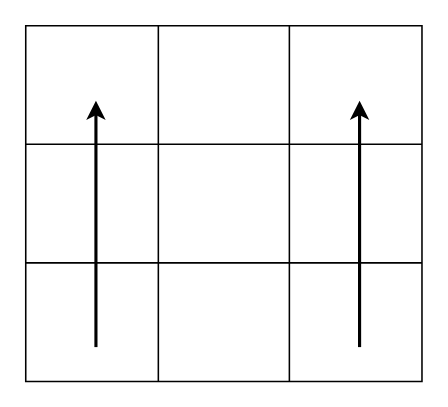
doudou215/regret_q_learning keeps this draw.io diagram as page "Page-9" (9 of 10) of Untitled Diagram.drawio. Above is the earlier version. Source tidied: cells renumbered, new cells numbered last; positions are measured from the earlier drawing's top-left corner, leaving out a move shared by most shapes. Both pictures are drawn from the tidied source at 156%, with x=0, y=0 at pixel (25, 25).
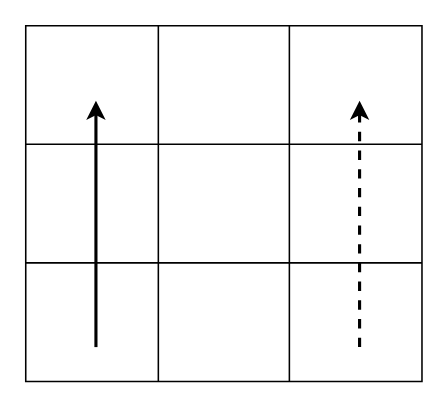
The same diagram, later.

Change to the diagram source:
```diff
@@
 <mxGraphModel>
   <root>
     <mxCell id="0" />
     <mxCell id="1" parent="0" />
     <mxCell id="2" style="shape=table;html=1;whiteSpace=wrap;startSize=0;childLayout=tableLayout;" parent="1" vertex="1">
       <mxGeometry width="254" height="228" as="geometry" />
     </mxCell>
     <mxCell id="3" style="shape=tableRow;horizontal=0;startSize=0;swimlaneHead=0;swimlaneBody=0;top=0;left=0;bottom=0;right=0;fillColor=none;" parent="2" vertex="1">
       <mxGeometry width="254" height="76" as="geometry" />
     </mxCell>
     <mxCell id="4" style="shape=partialRectangle;html=1;whiteSpace=wrap;fillColor=none;top=0;left=0;bottom=0;right=0;overflow=hidden;" parent="3" vertex="1">
       <mxGeometry width="85" height="76" as="geometry" />
     </mxCell>
     <mxCell id="5" style="shape=partialRectangle;html=1;whiteSpace=wrap;fillColor=none;top=0;left=0;bottom=0;right=0;overflow=hidden;" parent="3" vertex="1">
       <mxGeometry x="85" width="84" height="76" as="geometry" />
     </mxCell>
     <mxCell id="6" style="shape=partialRectangle;html=1;whiteSpace=wrap;fillColor=none;top=0;left=0;bottom=0;right=0;overflow=hidden;" parent="3" vertex="1">
       <mxGeometry x="169" width="85" height="76" as="geometry" />
     </mxCell>
     <mxCell id="7" style="shape=tableRow;horizontal=0;startSize=0;swimlaneHead=0;swimlaneBody=0;top=0;left=0;bottom=0;right=0;fillColor=none;" parent="2" vertex="1">
       <mxGeometry y="76" width="254" height="76" as="geometry" />
     </mxCell>
     <mxCell id="8" style="shape=partialRectangle;html=1;whiteSpace=wrap;fillColor=none;top=0;left=0;bottom=0;right=0;overflow=hidden;" parent="7" vertex="1">
       <mxGeometry width="85" height="76" as="geometry" />
     </mxCell>
     <mxCell id="9" style="shape=partialRectangle;html=1;whiteSpace=wrap;fillColor=none;top=0;left=0;bottom=0;right=0;overflow=hidden;" parent="7" vertex="1">
       <mxGeometry x="85" width="84" height="76" as="geometry" />
     </mxCell>
     <mxCell id="10" style="shape=partialRectangle;html=1;whiteSpace=wrap;fillColor=none;top=0;left=0;bottom=0;right=0;overflow=hidden;" parent="7" vertex="1">
       <mxGeometry x="169" width="85" height="76" as="geometry" />
     </mxCell>
     <mxCell id="11" style="shape=tableRow;horizontal=0;startSize=0;swimlaneHead=0;swimlaneBody=0;top=0;left=0;bottom=0;right=0;fillColor=none;" parent="2" vertex="1">
       <mxGeometry y="152" width="254" height="76" as="geometry" />
     </mxCell>
     <mxCell id="12" style="shape=partialRectangle;html=1;whiteSpace=wrap;fillColor=none;top=0;left=0;bottom=0;right=0;overflow=hidden;" parent="11" vertex="1">
       <mxGeometry width="85" height="76" as="geometry" />
     </mxCell>
     <mxCell id="13" style="shape=partialRectangle;html=1;whiteSpace=wrap;fillColor=none;top=0;left=0;bottom=0;right=0;overflow=hidden;" parent="11" vertex="1">
       <mxGeometry x="85" width="84" height="76" as="geometry" />
     </mxCell>
     <mxCell id="14" style="shape=partialRectangle;html=1;whiteSpace=wrap;fillColor=none;top=0;left=0;bottom=0;right=0;overflow=hidden;" parent="11" vertex="1">
       <mxGeometry x="169" width="85" height="76" as="geometry" />
     </mxCell>
     <mxCell id="15" style="endArrow=classic;html=1;rounded=0;strokeWidth=2;" parent="1" edge="1">
       <mxGeometry relative="1" as="geometry">
         <mxPoint x="45" y="206" as="sourcePoint" />
         <mxPoint x="45" y="48" as="targetPoint" />
       </mxGeometry>
     </mxCell>
-    <mxCell id="16" style="endArrow=classic;html=1;rounded=0;strokeWidth=2;" parent="1" edge="1">
+    <mxCell id="16" style="endArrow=classic;html=1;rounded=0;strokeWidth=2;dashed=1;" parent="1" edge="1">
       <mxGeometry relative="1" as="geometry">
         <mxPoint x="214" y="206" as="sourcePoint" />
         <mxPoint x="214" y="48" as="targetPoint" />
       </mxGeometry>
     </mxCell>
   </root>
 </mxGraphModel>
```
